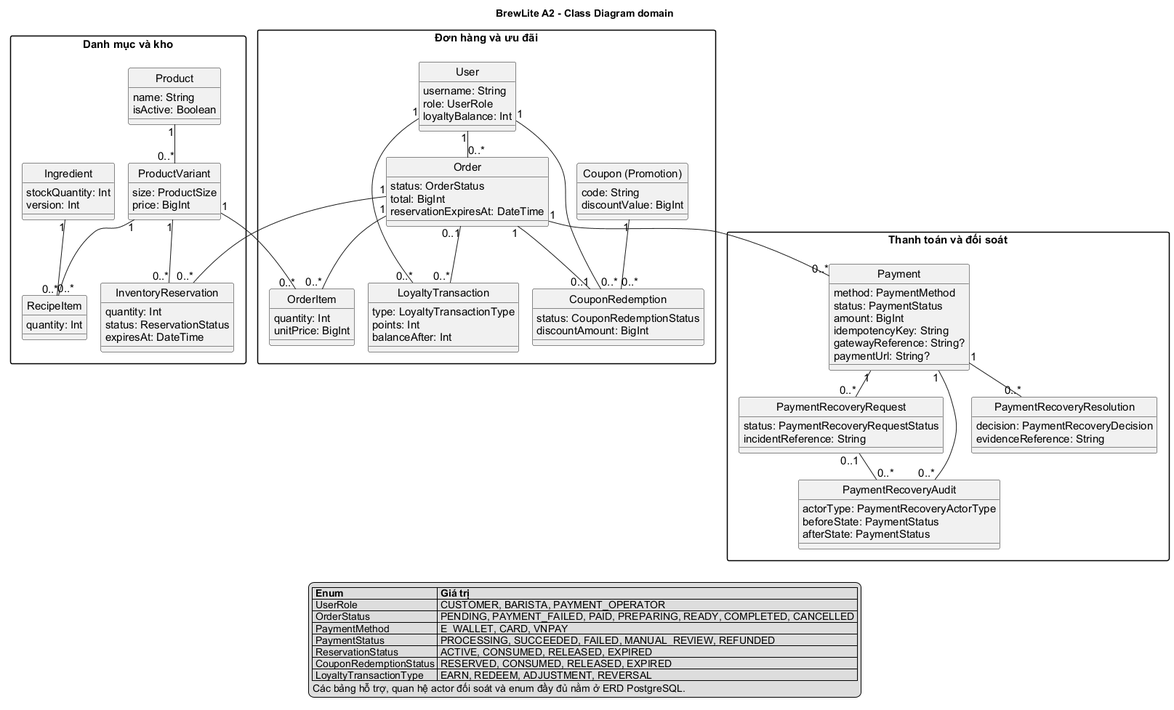
Earlier version of the PlantUML export docs/diagrams/class-domain.png (Fatcatmmb-sudo/BrewLite_A2). Its diagram source:
```plantuml
@startuml
!pragma layout smetana
title BrewLite A2 - Class Diagram domain
hide circle
skinparam defaultFontName Arial
skinparam defaultFontSize 15
skinparam classAttributeIconSize 0
skinparam shadowing false
skinparam nodesep 19
skinparam ranksep 25
skinparam packageStyle rectangle

package "Danh mục và kho" {
  class Product {
    name: String
    isActive: Boolean
  }
  class ProductVariant {
    size: ProductSize
    price: BigInt
  }
  class RecipeItem {
    quantity: Int
  }
  class Ingredient {
    stockQuantity: Int
    version: Int
  }
  class InventoryReservation {
    quantity: Int
    status: ReservationStatus
    expiresAt: DateTime
  }
}

package "Đơn hàng và ưu đãi" {
  class User {
    username: String
    role: UserRole
    loyaltyBalance: Int
  }
  class Order {
    status: OrderStatus
    total: BigInt
    reservationExpiresAt: DateTime
  }
  class OrderItem {
    quantity: Int
    unitPrice: BigInt
  }
  class "Coupon (Promotion)" as Coupon {
    code: String
    discountValue: BigInt
  }
  class CouponRedemption {
    status: CouponRedemptionStatus
    discountAmount: BigInt
  }
  class LoyaltyTransaction {
    type: LoyaltyTransactionType
    points: Int
    balanceAfter: Int
  }
}

package "Thanh toán và đối soát" {
  class Payment {
    method: PaymentMethod
    status: PaymentStatus
    amount: BigInt
    idempotencyKey: String
    gatewayReference: String?
    paymentUrl: String?
  }
  class PaymentRecoveryRequest {
    status: PaymentRecoveryRequestStatus
    incidentReference: String
  }
  class PaymentRecoveryAudit {
    actorType: PaymentRecoveryActorType
    beforeState: PaymentStatus
    afterState: PaymentStatus
  }
  class PaymentRecoveryResolution {
    decision: PaymentRecoveryDecision
    evidenceReference: String
  }
}

Product "1" -- "0..*" ProductVariant
ProductVariant "1" -- "0..*" RecipeItem
Ingredient "1" -- "0..*" RecipeItem
ProductVariant "1" -- "0..*" OrderItem
ProductVariant "1" -- "0..*" InventoryReservation
User "1" -- "0..*" Order
Order "1" -- "0..*" OrderItem
Order "1" -- "0..*" InventoryReservation
Order "1" -- "0..*" Payment
Coupon "1" -- "0..*" CouponRedemption
Order "1" -- "0..1" CouponRedemption
User "1" -- "0..*" CouponRedemption
User "1" -- "0..*" LoyaltyTransaction
Order "0..1" -- "0..*" LoyaltyTransaction
Payment "1" -- "0..*" PaymentRecoveryRequest
Payment "1" -- "0..*" PaymentRecoveryAudit
Payment "1" -- "0..*" PaymentRecoveryResolution
PaymentRecoveryRequest "0..1" -- "0..*" PaymentRecoveryAudit

legend bottom
  |= Enum |= Giá trị |
  | UserRole | CUSTOMER, BARISTA, PAYMENT_OPERATOR |
  | OrderStatus | PENDING, PAYMENT_FAILED, PAID, PREPARING, READY, COMPLETED, CANCELLED |
  | PaymentMethod | E_WALLET, CARD, VNPAY |
  | PaymentStatus | PROCESSING, SUCCEEDED, FAILED, MANUAL_REVIEW, REFUNDED |
  | ReservationStatus | ACTIVE, CONSUMED, RELEASED, EXPIRED |
  | CouponRedemptionStatus | RESERVED, CONSUMED, RELEASED, EXPIRED |
  | LoyaltyTransactionType | EARN, REDEEM, ADJUSTMENT, REVERSAL |
  Các bảng hỗ trợ, quan hệ actor đối soát và enum đầy đủ nằm ở ERD PostgreSQL.
endlegend
@enduml
```
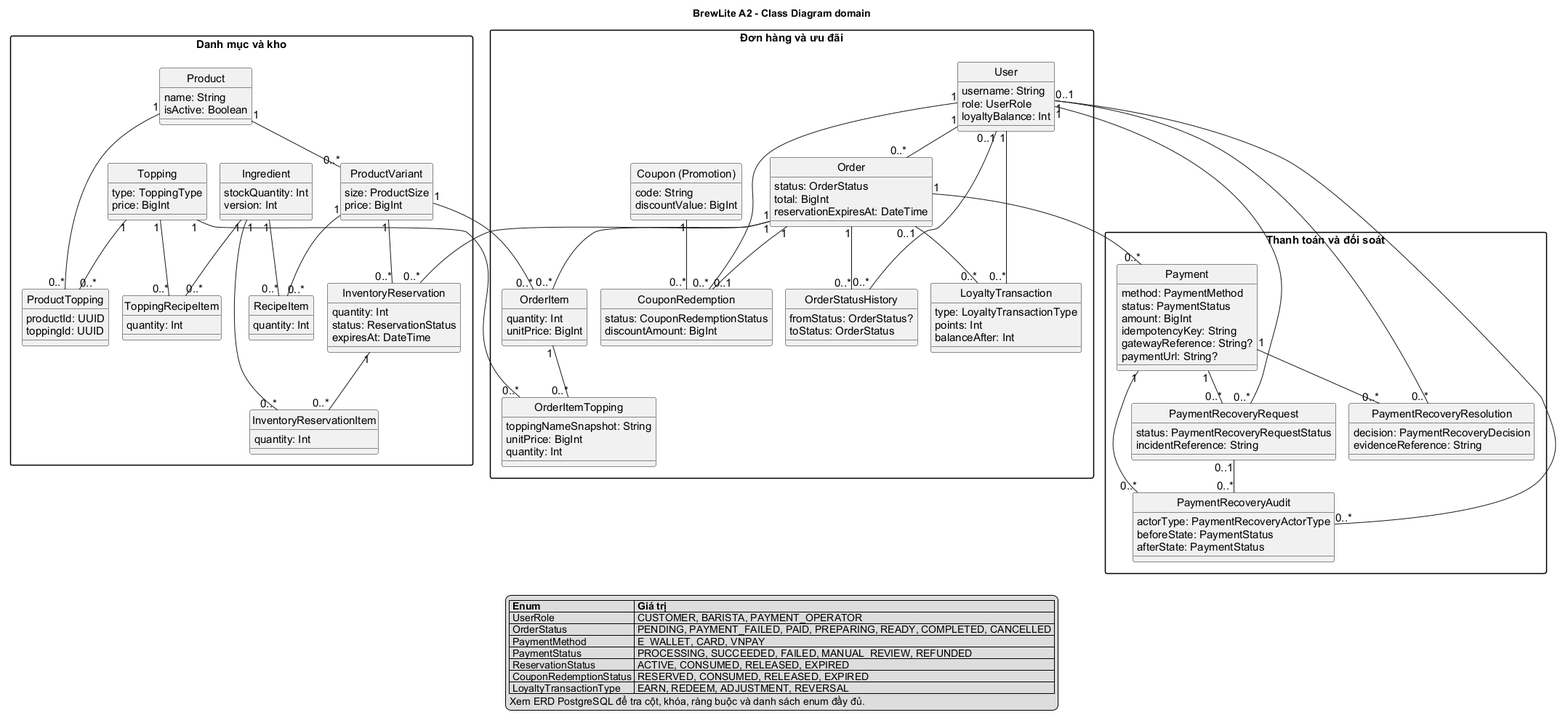
After the commit.

Diff of the diagram source:
```diff
@@ -22,6 +22,17 @@
   class RecipeItem {
     quantity: Int
   }
+  class Topping {
+    type: ToppingType
+    price: BigInt
+  }
+  class ProductTopping {
+    productId: UUID
+    toppingId: UUID
+  }
+  class ToppingRecipeItem {
+    quantity: Int
+  }
   class Ingredient {
     stockQuantity: Int
     version: Int
@@ -30,6 +41,9 @@
     quantity: Int
     status: ReservationStatus
     expiresAt: DateTime
+  }
+  class InventoryReservationItem {
+    quantity: Int
   }
 }
 
@@ -47,6 +61,15 @@
   class OrderItem {
     quantity: Int
     unitPrice: BigInt
+  }
+  class OrderItemTopping {
+    toppingNameSnapshot: String
+    unitPrice: BigInt
+    quantity: Int
+  }
+  class OrderStatusHistory {
+    fromStatus: OrderStatus?
+    toStatus: OrderStatus
   }
   class "Coupon (Promotion)" as Coupon {
     code: String
@@ -90,11 +113,21 @@
 Product "1" -- "0..*" ProductVariant
 ProductVariant "1" -- "0..*" RecipeItem
 Ingredient "1" -- "0..*" RecipeItem
+Product "1" -- "0..*" ProductTopping
+Topping "1" -- "0..*" ProductTopping
+Topping "1" -- "0..*" ToppingRecipeItem
+Ingredient "1" -- "0..*" ToppingRecipeItem
 ProductVariant "1" -- "0..*" OrderItem
 ProductVariant "1" -- "0..*" InventoryReservation
 User "1" -- "0..*" Order
 Order "1" -- "0..*" OrderItem
+OrderItem "1" -- "0..*" OrderItemTopping
+Topping "1" -- "0..*" OrderItemTopping
+Order "1" -- "0..*" OrderStatusHistory
+User "0..1" -- "0..*" OrderStatusHistory
 Order "1" -- "0..*" InventoryReservation
+InventoryReservation "1" -- "0..*" InventoryReservationItem
+Ingredient "1" -- "0..*" InventoryReservationItem
 Order "1" -- "0..*" Payment
 Coupon "1" -- "0..*" CouponRedemption
 Order "1" -- "0..1" CouponRedemption
@@ -105,6 +138,9 @@
 Payment "1" -- "0..*" PaymentRecoveryAudit
 Payment "1" -- "0..*" PaymentRecoveryResolution
 PaymentRecoveryRequest "0..1" -- "0..*" PaymentRecoveryAudit
+User "1" -- "0..*" PaymentRecoveryRequest
+User "0..1" -- "0..*" PaymentRecoveryAudit
+User "1" -- "0..*" PaymentRecoveryResolution
 
 legend bottom
   |= Enum |= Giá trị |
@@ -115,6 +151,6 @@
   | ReservationStatus | ACTIVE, CONSUMED, RELEASED, EXPIRED |
   | CouponRedemptionStatus | RESERVED, CONSUMED, RELEASED, EXPIRED |
   | LoyaltyTransactionType | EARN, REDEEM, ADJUSTMENT, REVERSAL |
-  Các bảng hỗ trợ, quan hệ actor đối soát và enum đầy đủ nằm ở ERD PostgreSQL.
+  Xem ERD PostgreSQL để tra cột, khóa, ràng buộc và danh sách enum đầy đủ.
 endlegend
 @enduml
```
